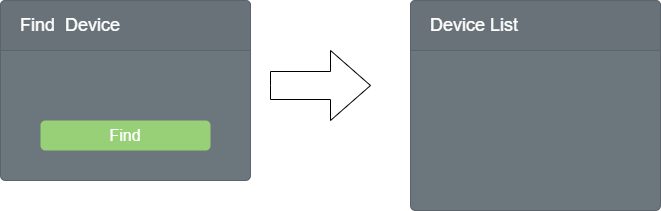
Before: app.drawio.png, a diagram exported from draw.io (wing-cen/testPage). Source tidied: cells renumbered, new cells last; positions are measured from the earlier drawing's top-left corner, leaving out a move shared by most shapes.
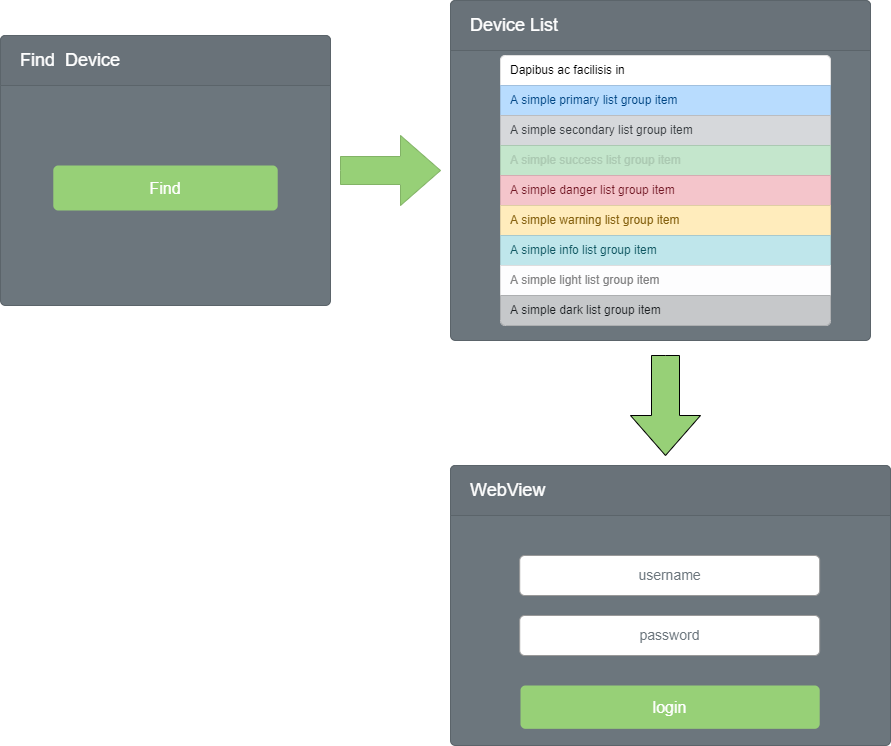
The same file after the commit.

Change to the diagram source:
```diff
@@ -2,23 +2,87 @@
   <root>
     <mxCell id="0" />
     <mxCell id="1" parent="0" />
-    <mxCell id="2" style="html=1;shadow=0;dashed=0;align=center;verticalAlign=middle;shape=mxgraph.arrows2.arrow;dy=0.6;dx=40;notch=0;strokeColor=#000000;fillColor=#FFFFFF;" parent="1" vertex="1">
-      <mxGeometry x="270" y="50" width="100" height="70" as="geometry" />
+    <mxCell id="2" style="html=1;shadow=0;dashed=0;align=center;verticalAlign=middle;shape=mxgraph.arrows2.arrow;dy=0.6;dx=40;notch=0;strokeColor=#82b366;fillColor=#97D077;" parent="1" vertex="1">
+      <mxGeometry x="290" y="50" width="100" height="70" as="geometry" />
     </mxCell>
     <mxCell id="3" style="html=1;shadow=0;dashed=0;shape=mxgraph.bootstrap.rrect;rSize=5;strokeColor=#5B646A;html=1;whiteSpace=wrap;fillColor=#6C767D;fontColor=#ffffff;verticalAlign=bottom;align=left;spacing=20;spacingBottom=0;fontSize=14;" parent="1" vertex="1">
-      <mxGeometry width="250" height="180" as="geometry" />
+      <mxGeometry x="-50" y="-50" width="330" height="270" as="geometry" />
     </mxCell>
     <mxCell id="4" value="Find&amp;nbsp; Device" style="html=1;shadow=0;dashed=0;shape=mxgraph.bootstrap.topButton;rSize=5;perimeter=none;whiteSpace=wrap;fillColor=#697279;strokeColor=#5B646A;fontColor=#ffffff;fontSize=18;align=left;spacing=20;" parent="3" vertex="1">
-      <mxGeometry width="250" height="50" relative="1" as="geometry" />
+      <mxGeometry width="330" height="50" relative="1" as="geometry" />
     </mxCell>
     <mxCell id="5" value="Find" style="html=1;shadow=0;dashed=0;shape=mxgraph.bootstrap.rrect;rSize=5;strokeColor=none;strokeWidth=1;fillColor=#97D077;fontColor=#FFFFFF;whiteSpace=wrap;align=center;verticalAlign=middle;spacingLeft=0;fontStyle=0;fontSize=16;spacing=5;" parent="3" vertex="1">
-      <mxGeometry x="40" y="120" width="170" height="30" as="geometry" />
+      <mxGeometry x="52.8" y="130" width="224.4" height="45" as="geometry" />
     </mxCell>
     <mxCell id="6" style="html=1;shadow=0;dashed=0;shape=mxgraph.bootstrap.rrect;rSize=5;strokeColor=#5B646A;html=1;whiteSpace=wrap;fillColor=#6C767D;fontColor=#ffffff;verticalAlign=bottom;align=left;spacing=20;spacingBottom=0;fontSize=14;" parent="1" vertex="1">
-      <mxGeometry x="410" width="250" height="210" as="geometry" />
+      <mxGeometry x="400" y="-85" width="420" height="340" as="geometry" />
     </mxCell>
     <mxCell id="7" value="Device List" style="html=1;shadow=0;dashed=0;shape=mxgraph.bootstrap.topButton;rSize=5;perimeter=none;whiteSpace=wrap;fillColor=#697279;strokeColor=#5B646A;fontColor=#ffffff;fontSize=18;align=left;spacing=20;" parent="6" vertex="1">
-      <mxGeometry width="250" height="50" relative="1" as="geometry" />
+      <mxGeometry width="420" height="50" relative="1" as="geometry" />
     </mxCell>
+    <mxCell id="8" style="html=1;shadow=0;dashed=0;shape=mxgraph.bootstrap.rrect;rSize=5;strokeColor=#DFDFDF;html=1;whiteSpace=wrap;fillColor=#FFFFFF;fontColor=#000000;" parent="6" vertex="1">
+      <mxGeometry x="50" y="55" width="330" height="270" as="geometry" />
+    </mxCell>
+    <mxCell id="9" value="Dapibus ac facilisis in" style="strokeColor=inherit;fillColor=inherit;gradientColor=inherit;fontColor=inherit;html=1;shadow=0;dashed=0;shape=mxgraph.bootstrap.topButton;rSize=5;perimeter=none;whiteSpace=wrap;align=left;spacing=10;" parent="8" vertex="1">
+      <mxGeometry width="330" height="30" relative="1" as="geometry" />
+    </mxCell>
+    <mxCell id="10" value="A simple primary list group item" style="html=1;fillColor=#B8DCFE;strokeColor=#A1C0DE;fontColor=#004583;shadow=0;dashed=0;perimeter=none;whiteSpace=wrap;align=left;spacing=10;" parent="8" vertex="1">
+      <mxGeometry width="330" height="30" relative="1" as="geometry">
+        <mxPoint y="30" as="offset" />
+      </mxGeometry>
+    </mxCell>
+    <mxCell id="11" value="A simple secondary list group item" style="html=1;fillColor=#D6D8DB;strokeColor=#BBBDC0;fontColor=#383D41;shadow=0;dashed=0;perimeter=none;whiteSpace=wrap;align=left;spacing=10;" parent="8" vertex="1">
+      <mxGeometry width="330" height="30" relative="1" as="geometry">
+        <mxPoint y="60" as="offset" />
+      </mxGeometry>
+    </mxCell>
+    <mxCell id="12" value="A simple success list group item" style="html=1;fillColor=#C4E6CC;strokeColor=#ABC9B2;fontColor=#ABC9B2;shadow=0;dashed=0;perimeter=none;whiteSpace=wrap;align=left;spacing=10;" parent="8" vertex="1">
+      <mxGeometry width="330" height="30" relative="1" as="geometry">
+        <mxPoint y="90" as="offset" />
+      </mxGeometry>
+    </mxCell>
+    <mxCell id="13" value="A simple danger list group item" style="html=1;fillColor=#F4C5CB;strokeColor=#D5ACB2;fontColor=#711623;shadow=0;dashed=0;perimeter=none;whiteSpace=wrap;align=left;spacing=10;" parent="8" vertex="1">
+      <mxGeometry width="330" height="30" relative="1" as="geometry">
+        <mxPoint y="120" as="offset" />
+      </mxGeometry>
+    </mxCell>
+    <mxCell id="14" value="A simple warning list group item" style="html=1;fillColor=#FFECBC;strokeColor=#DFCEA4;fontColor=#856110;shadow=0;dashed=0;perimeter=none;whiteSpace=wrap;align=left;spacing=10;" parent="8" vertex="1">
+      <mxGeometry width="330" height="30" relative="1" as="geometry">
+        <mxPoint y="150" as="offset" />
+      </mxGeometry>
+    </mxCell>
+    <mxCell id="15" value="A simple info list group item" style="html=1;fillColor=#BFE6EB;strokeColor=#A7C9CE;fontColor=#0E5560;shadow=0;dashed=0;perimeter=none;whiteSpace=wrap;align=left;spacing=10;" parent="8" vertex="1">
+      <mxGeometry width="330" height="30" relative="1" as="geometry">
+        <mxPoint y="180" as="offset" />
+      </mxGeometry>
+    </mxCell>
+    <mxCell id="16" value="A simple light list group item" style="html=1;fillColor=#FDFDFE;strokeColor=#DDDDDE;fontColor=#818182;shadow=0;dashed=0;perimeter=none;whiteSpace=wrap;align=left;spacing=10;" parent="8" vertex="1">
+      <mxGeometry width="330" height="30" relative="1" as="geometry">
+        <mxPoint y="210" as="offset" />
+      </mxGeometry>
+    </mxCell>
+    <mxCell id="17" value="A simple dark list group item" style="html=1;shadow=0;dashed=0;shape=mxgraph.bootstrap.bottomButton;fillColor=#C6C8CA;strokeColor=#ADAFB1;fontColor=#1B1E21;rSize=5;perimeter=none;whiteSpace=wrap;align=left;spacing=10;" parent="8" vertex="1">
+      <mxGeometry y="1" width="330" height="30" relative="1" as="geometry">
+        <mxPoint y="-30" as="offset" />
+      </mxGeometry>
+    </mxCell>
+    <mxCell id="18" style="html=1;shadow=0;dashed=0;align=center;verticalAlign=middle;shape=mxgraph.arrows2.arrow;dy=0.6;dx=40;direction=south;notch=0;strokeColor=#000000;fontColor=#FFFFFF;fillColor=#97D077;" parent="1" vertex="1">
+      <mxGeometry x="580" y="270" width="70" height="100" as="geometry" />
+    </mxCell>
+    <mxCell id="19" style="html=1;shadow=0;dashed=0;shape=mxgraph.bootstrap.rrect;rSize=5;strokeColor=#5B646A;html=1;whiteSpace=wrap;fillColor=#6C767D;fontColor=#ffffff;verticalAlign=bottom;align=left;spacing=20;spacingBottom=0;fontSize=14;" parent="1" vertex="1">
+      <mxGeometry x="400" y="380" width="440" height="280" as="geometry" />
+    </mxCell>
+    <mxCell id="20" value="WebView" style="html=1;shadow=0;dashed=0;shape=mxgraph.bootstrap.topButton;rSize=5;perimeter=none;whiteSpace=wrap;fillColor=#697279;strokeColor=#5B646A;fontColor=#ffffff;fontSize=18;align=left;spacing=20;" parent="19" vertex="1">
+      <mxGeometry width="440" height="50" relative="1" as="geometry" />
+    </mxCell>
+    <mxCell id="21" value="login" style="html=1;shadow=0;dashed=0;shape=mxgraph.bootstrap.rrect;rSize=5;strokeColor=none;strokeWidth=1;fillColor=#97D077;fontColor=#FFFFFF;whiteSpace=wrap;align=center;verticalAlign=middle;spacingLeft=0;fontStyle=0;fontSize=16;spacing=5;" parent="19" vertex="1">
+      <mxGeometry x="70" y="220" width="299.2" height="43.3" as="geometry" />
+    </mxCell>
+    <mxCell id="22" value="password" style="html=1;shadow=0;dashed=0;shape=mxgraph.bootstrap.rrect;rSize=5;fillColor=#ffffff;strokeColor=#999999;align=center;spacing=15;fontSize=14;fontColor=#6C767D;" parent="19" vertex="1">
+      <mxGeometry x="69.2" y="150" width="300" height="40" as="geometry" />
+    </mxCell>
+    <mxCell id="23" value="username" style="html=1;shadow=0;dashed=0;shape=mxgraph.bootstrap.rrect;rSize=5;fillColor=#ffffff;strokeColor=#999999;align=center;spacing=15;fontSize=14;fontColor=#6C767D;" parent="19" vertex="1">
+      <mxGeometry x="69.2" y="90" width="300" height="40" as="geometry" />
+    </mxCell>
   </root>
 </mxGraphModel>
```
